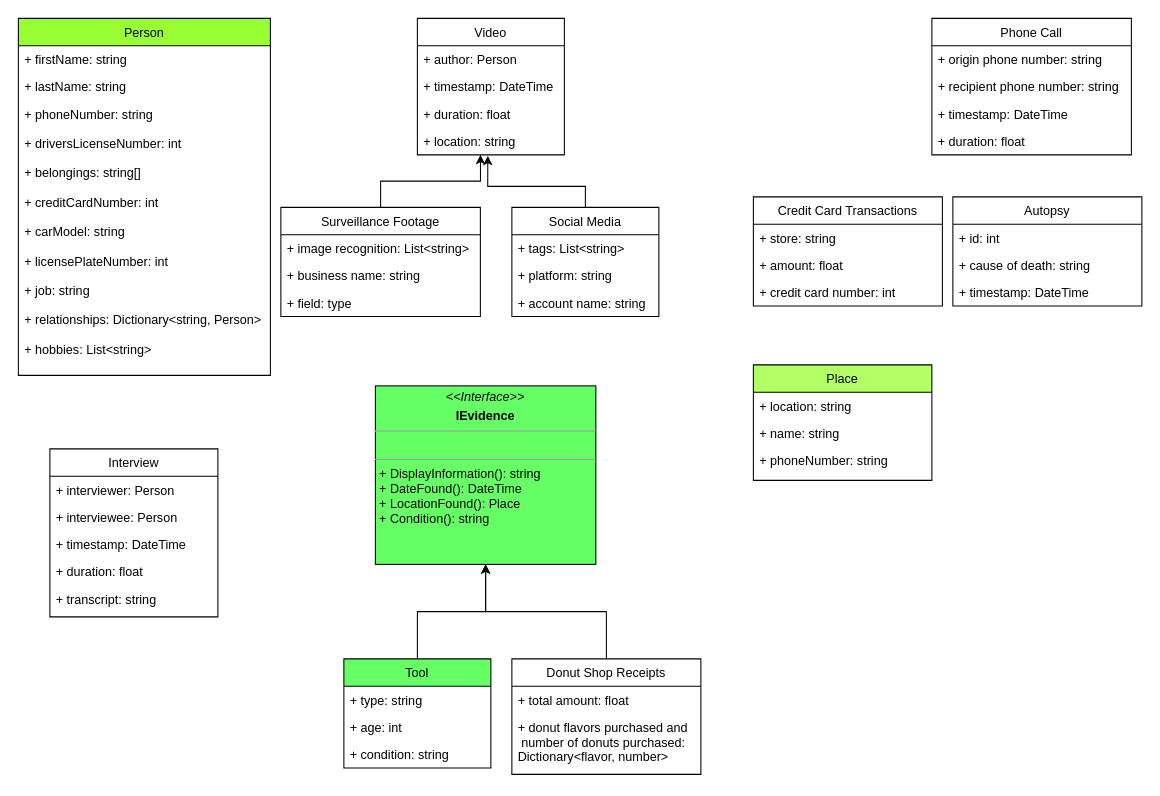
kirakirakira/urban-pancake keeps this draw.io diagram as murdermystery.drawio. Above is the earlier version. Source tidied: cells renumbered, new cells numbered last; positions are measured from the earlier drawing's top-left corner, leaving out a move shared by most shapes. Both pictures are drawn from the tidied source at 105%, with x=0, y=0 at pixel (18, 18).
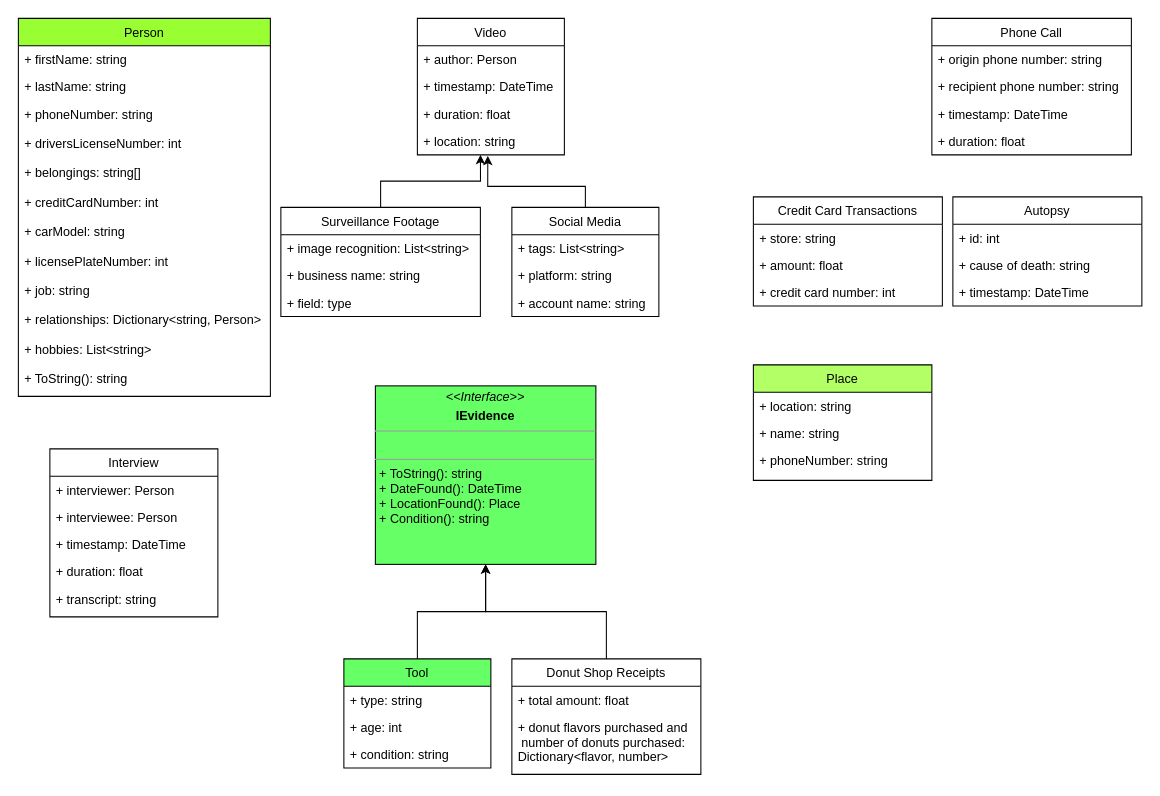
The same page after the edit.

What changed in the source:
```diff
@@
     <mxCell id="2" value="Person" style="swimlane;fontStyle=0;horizontal=1;startSize=26;fillColor=#99FF33;" parent="1" vertex="1">
-      <mxGeometry width="240" height="340" as="geometry" />
+      <mxGeometry width="240" height="360" as="geometry" />
     </mxCell>
@@
-    <mxCell id="5" value="+ phoneNumber: string&#10;&#10;+ driversLicenseNumber: int&#10;&#10;+ belongings: string[]&#10;&#10;+ creditCardNumber: int&#10;&#10;+ carModel: string&#10;&#10;+ licensePlateNumber: int&#10;&#10;+ job: string&#10;&#10;+ relationships: Dictionary&lt;string, Person&gt;&#10;&#10;+ hobbies: List&lt;string&gt;&#10;" style="text;strokeColor=none;fillColor=none;align=left;verticalAlign=top;spacingLeft=4;spacingRight=4;overflow=hidden;" parent="2" vertex="1">
-      <mxGeometry y="78" width="240" height="262" as="geometry" />
+    <mxCell id="5" value="+ phoneNumber: string&#10;&#10;+ driversLicenseNumber: int&#10;&#10;+ belongings: string[]&#10;&#10;+ creditCardNumber: int&#10;&#10;+ carModel: string&#10;&#10;+ licensePlateNumber: int&#10;&#10;+ job: string&#10;&#10;+ relationships: Dictionary&lt;string, Person&gt;&#10;&#10;+ hobbies: List&lt;string&gt;&#10;&#10;+ ToString(): string&#10;" style="text;strokeColor=none;fillColor=none;align=left;verticalAlign=top;spacingLeft=4;spacingRight=4;overflow=hidden;" parent="2" vertex="1">
+      <mxGeometry y="78" width="240" height="282" as="geometry" />
     </mxCell>
@@
-    <mxCell id="10" value="&lt;p style=&quot;margin: 0px ; margin-top: 4px ; text-align: center&quot;&gt;&lt;i&gt;&amp;lt;&amp;lt;Interface&amp;gt;&amp;gt;&lt;/i&gt;&lt;b&gt;&lt;br&gt;&lt;/b&gt;&lt;/p&gt;&lt;p style=&quot;margin: 0px ; margin-top: 4px ; text-align: center&quot;&gt;&lt;b&gt;IEvidence&lt;/b&gt;&lt;br&gt;&lt;b&gt;&lt;/b&gt;&lt;/p&gt;&lt;hr size=&quot;1&quot;&gt;&lt;p style=&quot;margin: 0px ; margin-left: 4px&quot;&gt;&lt;br&gt;&lt;/p&gt;&lt;hr size=&quot;1&quot;&gt;&lt;p style=&quot;margin: 0px ; margin-left: 4px&quot;&gt;+ DisplayInformation(): string&lt;br&gt;+ DateFound(): DateTime&lt;/p&gt;&lt;p style=&quot;margin: 0px ; margin-left: 4px&quot;&gt;+ LocationFound(): Place&lt;/p&gt;&lt;p style=&quot;margin: 0px ; margin-left: 4px&quot;&gt;+ Condition(): string&lt;/p&gt;&lt;p style=&quot;margin: 0px ; margin-left: 4px&quot;&gt;&lt;br&gt;&lt;/p&gt;&lt;p style=&quot;margin: 0px ; margin-left: 4px&quot;&gt;&lt;br&gt;&lt;/p&gt;" style="verticalAlign=top;align=left;overflow=fill;fontSize=12;fontFamily=Helvetica;html=1;fillColor=#66FF66;" parent="1" vertex="1">
+    <mxCell id="10" value="&lt;p style=&quot;margin: 0px ; margin-top: 4px ; text-align: center&quot;&gt;&lt;i&gt;&amp;lt;&amp;lt;Interface&amp;gt;&amp;gt;&lt;/i&gt;&lt;b&gt;&lt;br&gt;&lt;/b&gt;&lt;/p&gt;&lt;p style=&quot;margin: 0px ; margin-top: 4px ; text-align: center&quot;&gt;&lt;b&gt;IEvidence&lt;/b&gt;&lt;br&gt;&lt;b&gt;&lt;/b&gt;&lt;/p&gt;&lt;hr size=&quot;1&quot;&gt;&lt;p style=&quot;margin: 0px ; margin-left: 4px&quot;&gt;&lt;br&gt;&lt;/p&gt;&lt;hr size=&quot;1&quot;&gt;&lt;p style=&quot;margin: 0px ; margin-left: 4px&quot;&gt;+ ToString(): string&lt;br&gt;+ DateFound(): DateTime&lt;/p&gt;&lt;p style=&quot;margin: 0px ; margin-left: 4px&quot;&gt;+ LocationFound(): Place&lt;/p&gt;&lt;p style=&quot;margin: 0px ; margin-left: 4px&quot;&gt;+ Condition(): string&lt;/p&gt;&lt;p style=&quot;margin: 0px ; margin-left: 4px&quot;&gt;&lt;br&gt;&lt;/p&gt;&lt;p style=&quot;margin: 0px ; margin-left: 4px&quot;&gt;&lt;br&gt;&lt;/p&gt;" style="verticalAlign=top;align=left;overflow=fill;fontSize=12;fontFamily=Helvetica;html=1;fillColor=#66FF66;" parent="1" vertex="1">
       <mxGeometry x="340" y="350" width="210" height="170" as="geometry" />
     </mxCell>
```
